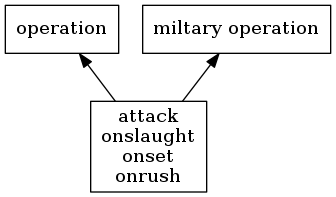
The Graphviz diagram interim-report/hypernym-tree.png in BaronKhan/VoiceRecognitionRPG, before a commit. Its source is kept beside it as interim-report/hypernym-tree.dot.
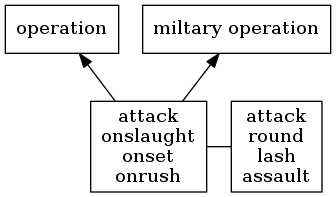
The same file after the commit.

Diff of the diagram source:
```diff
@@ -5,9 +5,13 @@
     "miltary operation" [shape=box, constrained=false];
   }
   subgraph attack{
+  	rank=same;
     "attack\nonslaught\nonset\nonrush" [shape=box, constrained=false];
+    "attack\nround\nlash\nassault" [shape=box, constrained=false];
   }
   edge[dir=back];
   "operation" -> "attack\nonslaught\nonset\nonrush";
   "miltary operation" -> "attack\nonslaught\nonset\nonrush";
+  edge[dir=none];
+  "attack\nonslaught\nonset\nonrush" -> "attack\nround\nlash\nassault";
 }
```
